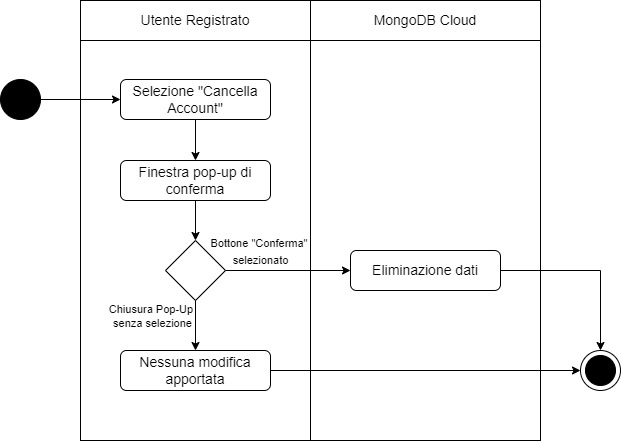
This is Specifica requisiti/Png Diagrammi RF/Requisiti-Diagramma a Stati (7).png from ski-online/Documents, a draw.io export, as it was before one commit. Source tidied: cells renumbered, new cells last; positions are measured from the earlier drawing's top-left corner, leaving out a move shared by most shapes. Source of this version:
```xml
<mxGraphModel>
  <root>
    <mxCell id="0" />
    <mxCell id="1" parent="0" />
    <mxCell id="2" style="rounded=0;whiteSpace=wrap;html=1;fillColor=none;" parent="1" vertex="1">
      <mxGeometry x="80" width="460" height="440" as="geometry" />
    </mxCell>
    <mxCell id="3" style="ellipse;whiteSpace=wrap;html=1;fillColor=#000000;" parent="1" vertex="1">
      <mxGeometry y="79" width="40" height="40" as="geometry" />
    </mxCell>
    <mxCell id="4" value="Utente Registrato" style="text;html=1;strokeColor=none;fillColor=none;align=center;verticalAlign=middle;whiteSpace=wrap;rounded=0;fontSize=14;" parent="1" vertex="1">
      <mxGeometry x="80" width="230" height="40" as="geometry" />
    </mxCell>
    <mxCell id="5" value="Selezione &quot;Cancella Account&quot;" style="rounded=1;whiteSpace=wrap;html=1;fontSize=14;fillColor=none;" parent="1" vertex="1">
      <mxGeometry x="120" y="79" width="150" height="40" as="geometry" />
    </mxCell>
    <mxCell id="6" value="Finestra pop-up di conferma" style="rounded=1;whiteSpace=wrap;html=1;fontSize=14;fillColor=none;" parent="1" vertex="1">
      <mxGeometry x="120" y="160" width="150" height="40" as="geometry" />
    </mxCell>
    <mxCell id="7" value="Nessuna modifica apportata" style="rounded=1;whiteSpace=wrap;html=1;fontSize=14;fillColor=none;" parent="1" vertex="1">
      <mxGeometry x="120" y="350" width="150" height="40" as="geometry" />
    </mxCell>
    <mxCell id="8" style="rhombus;whiteSpace=wrap;html=1;fontSize=14;fillColor=none;" parent="1" vertex="1">
      <mxGeometry x="165" y="240" width="60" height="60" as="geometry" />
    </mxCell>
    <mxCell id="9" value="Eliminazione dati" style="rounded=1;whiteSpace=wrap;html=1;fontSize=14;fillColor=none;" parent="1" vertex="1">
      <mxGeometry x="350" y="250" width="150" height="40" as="geometry" />
    </mxCell>
    <mxCell id="10" style="endArrow=classic;html=1;rounded=0;fontSize=14;exitX=1;exitY=0.5;exitDx=0;exitDy=0;entryX=0;entryY=0.5;entryDx=0;entryDy=0;" parent="1" edge="1" source="3" target="5">
      <mxGeometry relative="1" as="geometry" />
    </mxCell>
    <mxCell id="11" style="endArrow=classic;html=1;rounded=0;fontSize=14;exitX=0.5;exitY=1;exitDx=0;exitDy=0;entryX=0.5;entryY=0;entryDx=0;entryDy=0;" parent="1" edge="1" source="5" target="6">
      <mxGeometry relative="1" as="geometry" />
    </mxCell>
    <mxCell id="12" style="endArrow=classic;html=1;rounded=0;fontSize=14;exitX=0.5;exitY=1;exitDx=0;exitDy=0;entryX=0.5;entryY=0;entryDx=0;entryDy=0;" parent="1" edge="1" source="6" target="8">
      <mxGeometry relative="1" as="geometry" />
    </mxCell>
    <mxCell id="13" style="endArrow=classic;html=1;rounded=0;fontSize=14;exitX=0.5;exitY=1;exitDx=0;exitDy=0;entryX=0.5;entryY=0;entryDx=0;entryDy=0;" parent="1" edge="1" source="8" target="7">
      <mxGeometry relative="1" as="geometry" />
    </mxCell>
    <mxCell id="14" value="Chiusura Pop-Up &lt;br&gt;senza selezione" style="edgeLabel;html=1;align=center;verticalAlign=middle;fontSize=11;labelBackgroundColor=none;" parent="13" vertex="1">
      <mxGeometry x="-0.38" y="-1" relative="1" as="geometry">
        <mxPoint x="-43" as="offset" />
      </mxGeometry>
    </mxCell>
    <mxCell id="15" value="&lt;font style=&quot;font-size: 11px;&quot;&gt;Bottone &quot;Conferma&quot; &lt;br&gt;selezionato&lt;/font&gt;" style="endArrow=classic;html=1;rounded=0;fontSize=14;exitX=1;exitY=0.5;exitDx=0;exitDy=0;entryX=0;entryY=0.5;entryDx=0;entryDy=0;labelBackgroundColor=none;" parent="1" edge="1" source="8" target="9">
      <mxGeometry x="-0.44" y="20" relative="1" as="geometry" />
    </mxCell>
    <mxCell id="16" style="ellipse;whiteSpace=wrap;html=1;fillColor=none;" parent="1" vertex="1">
      <mxGeometry x="580" y="350" width="40" height="40" as="geometry" />
    </mxCell>
    <mxCell id="17" style="ellipse;whiteSpace=wrap;html=1;fillColor=#000000;" parent="1" vertex="1">
      <mxGeometry x="585" y="355" width="30" height="30" as="geometry" />
    </mxCell>
    <mxCell id="18" style="endArrow=classic;html=1;rounded=0;fontSize=14;exitX=1;exitY=0.5;exitDx=0;exitDy=0;entryX=0;entryY=0.5;entryDx=0;entryDy=0;" parent="1" edge="1" source="7" target="16">
      <mxGeometry relative="1" as="geometry" />
    </mxCell>
    <mxCell id="19" style="endArrow=classic;html=1;rounded=0;fontSize=14;exitX=1;exitY=0.5;exitDx=0;exitDy=0;entryX=0.5;entryY=0;entryDx=0;entryDy=0;" parent="1" edge="1" source="9" target="16">
      <mxGeometry relative="1" as="geometry">
        <Array as="points">
          <mxPoint x="600" y="270" />
        </Array>
      </mxGeometry>
    </mxCell>
    <mxCell id="20" value="MongoDB Cloud" style="text;html=1;strokeColor=none;fillColor=none;align=center;verticalAlign=middle;whiteSpace=wrap;rounded=0;fontSize=14;" parent="1" vertex="1">
      <mxGeometry x="310" width="230" height="40" as="geometry" />
    </mxCell>
    <mxCell id="21" style="endArrow=none;html=1;rounded=0;" parent="1" edge="1">
      <mxGeometry relative="1" as="geometry">
        <mxPoint x="310" y="440" as="sourcePoint" />
        <mxPoint x="310" as="targetPoint" />
      </mxGeometry>
    </mxCell>
    <mxCell id="22" style="endArrow=none;html=1;rounded=0;exitX=0;exitY=1;exitDx=0;exitDy=0;entryX=1;entryY=1;entryDx=0;entryDy=0;" parent="1" edge="1" source="4" target="20">
      <mxGeometry relative="1" as="geometry" />
    </mxCell>
  </root>
</mxGraphModel>
```
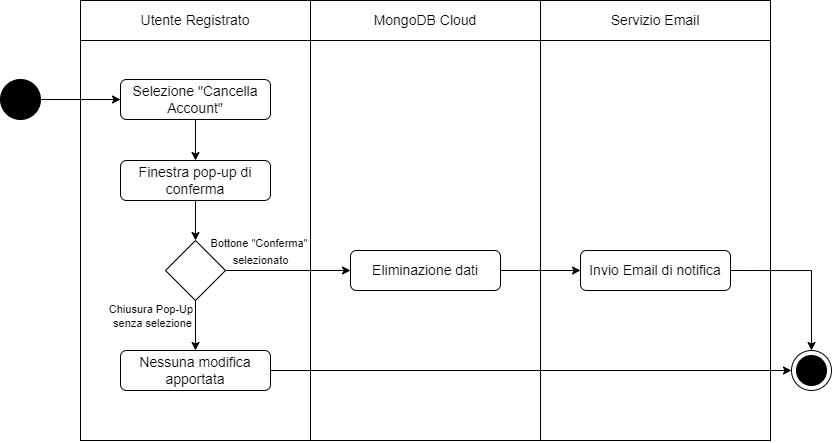
After the change.

Commit message:
Aggiornamento diagrammi RF 7

Diff of the diagram source:
```diff
@@ -3,7 +3,7 @@
     <mxCell id="0" />
     <mxCell id="1" parent="0" />
     <mxCell id="2" style="rounded=0;whiteSpace=wrap;html=1;fillColor=none;" parent="1" vertex="1">
-      <mxGeometry x="80" width="460" height="440" as="geometry" />
+      <mxGeometry x="80" width="690" height="440" as="geometry" />
     </mxCell>
     <mxCell id="3" style="ellipse;whiteSpace=wrap;html=1;fillColor=#000000;" parent="1" vertex="1">
       <mxGeometry y="79" width="40" height="40" as="geometry" />
@@ -23,6 +23,9 @@
     <mxCell id="8" style="rhombus;whiteSpace=wrap;html=1;fontSize=14;fillColor=none;" parent="1" vertex="1">
       <mxGeometry x="165" y="240" width="60" height="60" as="geometry" />
     </mxCell>
+    <mxCell id="23" style="edgeStyle=orthogonalEdgeStyle;rounded=0;jettySize=auto;html=1;exitX=1;exitY=0.5;exitDx=0;exitDy=0;endArrow=classic;endFill=1;" parent="1" edge="1" source="9" target="27">
+      <mxGeometry relative="1" as="geometry" />
+    </mxCell>
     <mxCell id="9" value="Eliminazione dati" style="rounded=1;whiteSpace=wrap;html=1;fontSize=14;fillColor=none;" parent="1" vertex="1">
       <mxGeometry x="350" y="250" width="150" height="40" as="geometry" />
     </mxCell>
@@ -47,21 +50,14 @@
       <mxGeometry x="-0.44" y="20" relative="1" as="geometry" />
     </mxCell>
     <mxCell id="16" style="ellipse;whiteSpace=wrap;html=1;fillColor=none;" parent="1" vertex="1">
-      <mxGeometry x="580" y="350" width="40" height="40" as="geometry" />
+      <mxGeometry x="791" y="350" width="40" height="40" as="geometry" />
     </mxCell>
     <mxCell id="17" style="ellipse;whiteSpace=wrap;html=1;fillColor=#000000;" parent="1" vertex="1">
-      <mxGeometry x="585" y="355" width="30" height="30" as="geometry" />
+      <mxGeometry x="796" y="355" width="30" height="30" as="geometry" />
     </mxCell>
     <mxCell id="18" style="endArrow=classic;html=1;rounded=0;fontSize=14;exitX=1;exitY=0.5;exitDx=0;exitDy=0;entryX=0;entryY=0.5;entryDx=0;entryDy=0;" parent="1" edge="1" source="7" target="16">
       <mxGeometry relative="1" as="geometry" />
     </mxCell>
-    <mxCell id="19" style="endArrow=classic;html=1;rounded=0;fontSize=14;exitX=1;exitY=0.5;exitDx=0;exitDy=0;entryX=0.5;entryY=0;entryDx=0;entryDy=0;" parent="1" edge="1" source="9" target="16">
-      <mxGeometry relative="1" as="geometry">
-        <Array as="points">
-          <mxPoint x="600" y="270" />
-        </Array>
-      </mxGeometry>
-    </mxCell>
     <mxCell id="20" value="MongoDB Cloud" style="text;html=1;strokeColor=none;fillColor=none;align=center;verticalAlign=middle;whiteSpace=wrap;rounded=0;fontSize=14;" parent="1" vertex="1">
       <mxGeometry x="310" width="230" height="40" as="geometry" />
     </mxCell>
@@ -71,8 +67,23 @@
         <mxPoint x="310" as="targetPoint" />
       </mxGeometry>
     </mxCell>
-    <mxCell id="22" style="endArrow=none;html=1;rounded=0;exitX=0;exitY=1;exitDx=0;exitDy=0;entryX=1;entryY=1;entryDx=0;entryDy=0;" parent="1" edge="1" source="4" target="20">
+    <mxCell id="22" style="endArrow=none;html=1;rounded=0;exitX=0;exitY=1;exitDx=0;exitDy=0;entryX=1;entryY=1;entryDx=0;entryDy=0;" parent="1" edge="1" source="4" target="24">
       <mxGeometry relative="1" as="geometry" />
     </mxCell>
+    <mxCell id="24" value="Servizio Email" style="text;html=1;strokeColor=none;fillColor=none;align=center;verticalAlign=middle;whiteSpace=wrap;rounded=0;fontSize=14;" parent="1" vertex="1">
+      <mxGeometry x="540" width="230" height="40" as="geometry" />
+    </mxCell>
+    <mxCell id="25" style="endArrow=none;html=1;rounded=0;" parent="1" edge="1">
+      <mxGeometry relative="1" as="geometry">
+        <mxPoint x="540" y="440" as="sourcePoint" />
+        <mxPoint x="540" as="targetPoint" />
+      </mxGeometry>
+    </mxCell>
+    <mxCell id="26" style="edgeStyle=orthogonalEdgeStyle;rounded=0;jettySize=auto;html=1;exitX=1;exitY=0.5;exitDx=0;exitDy=0;entryX=0.5;entryY=0;entryDx=0;entryDy=0;endArrow=classic;endFill=1;" parent="1" edge="1" source="27" target="16">
+      <mxGeometry relative="1" as="geometry" />
+    </mxCell>
+    <mxCell id="27" value="Invio Email di notifica" style="rounded=1;whiteSpace=wrap;html=1;fontSize=14;fillColor=none;" parent="1" vertex="1">
+      <mxGeometry x="580" y="250" width="150" height="40" as="geometry" />
+    </mxCell>
   </root>
 </mxGraphModel>
```
